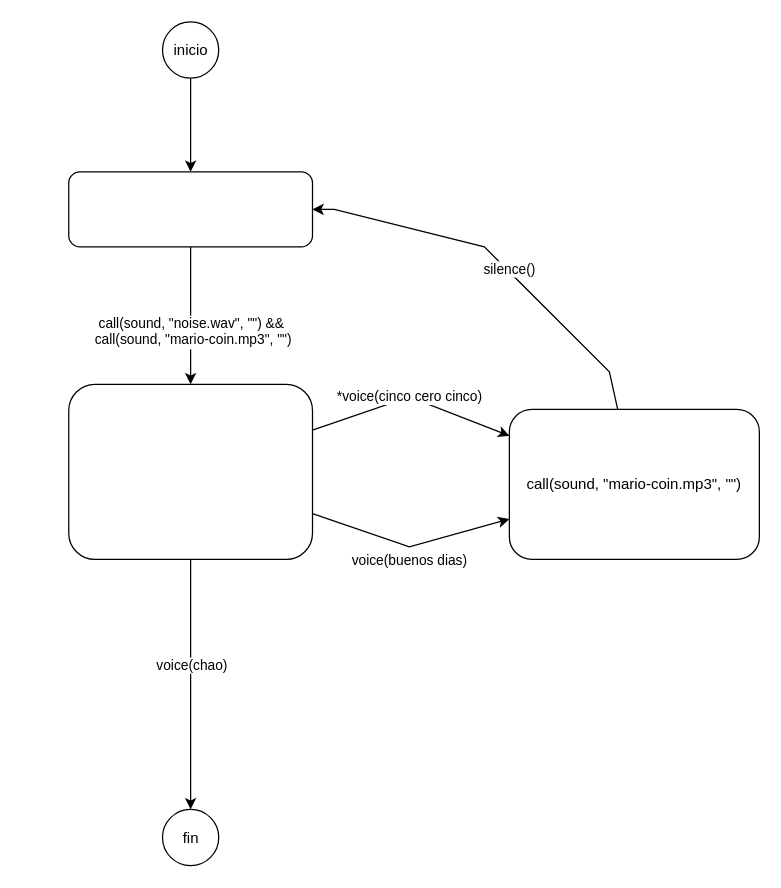
ejfdelgado/ejflab keeps this draw.io diagram as data/ue/scenes/caso1.drawio. Above is the earlier version. Source tidied: cells renumbered, new cells numbered last; positions are measured from the earlier drawing's top-left corner, leaving out a move shared by most shapes. Both pictures are drawn from the tidied source at 125%, with x=0, y=0 at pixel (69, 21).
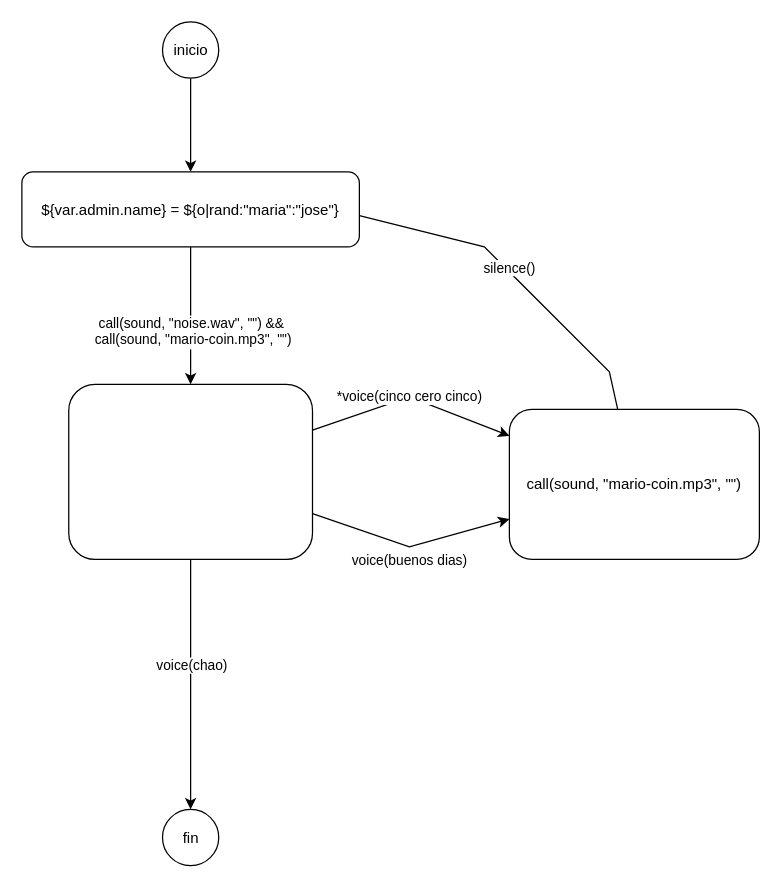
The same page after the edit.

The edit, as a diff of the source:
```diff
@@
-    <mxCell id="18" style="rounded=1;whiteSpace=wrap;" parent="1" vertex="1">
-      <mxGeometry x="-0.5" y="120" width="195" height="60" as="geometry" />
+    <mxCell id="18" value="${var.admin.name} = ${o|rand:&quot;maria&quot;:&quot;jose&quot;}" style="rounded=1;" parent="1" vertex="1">
+      <mxGeometry x="-38" y="120" width="270" height="60" as="geometry" />
     </mxCell>
```
